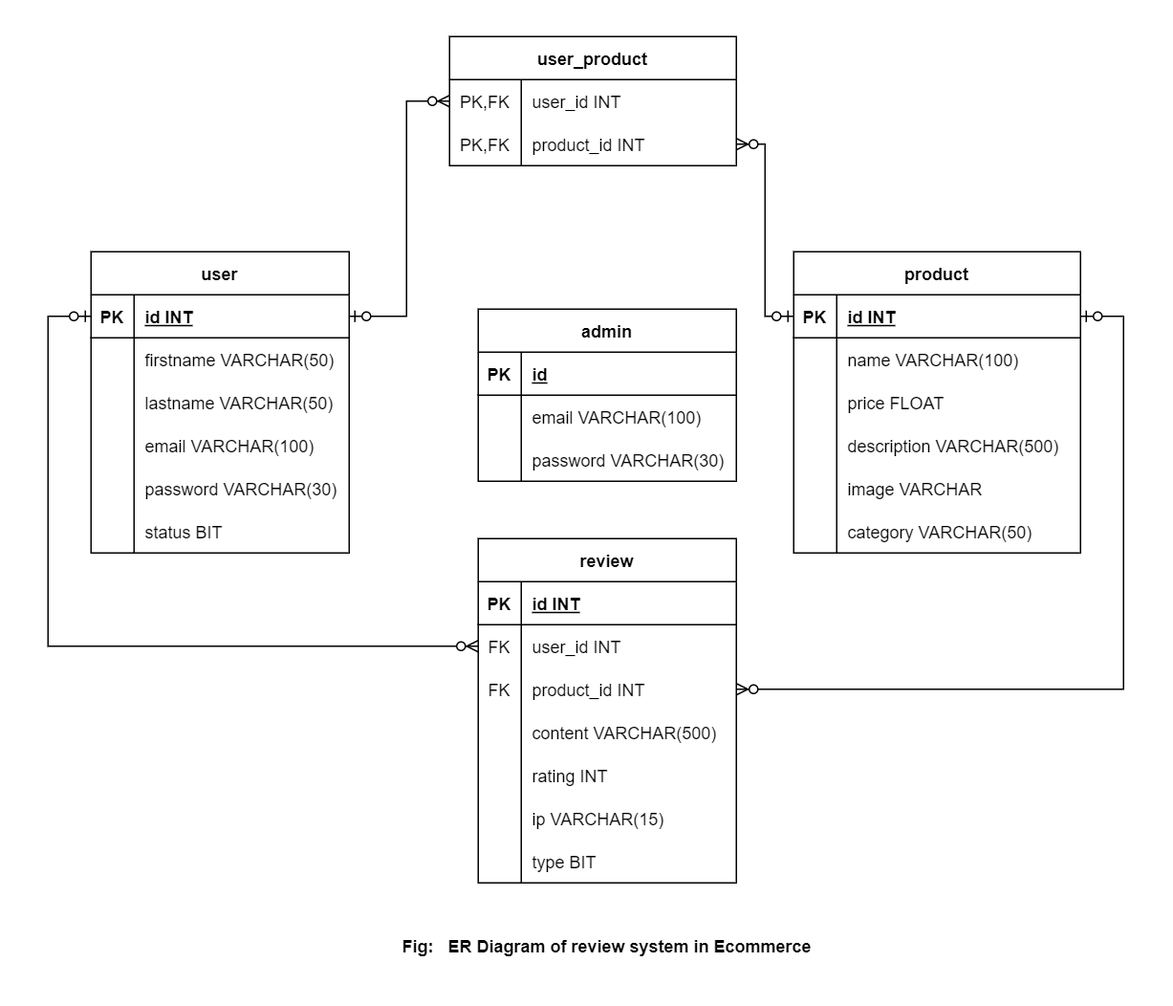
Above: Database_Design.png in nbchand/Fake-Review-Detector (draw.io), before the change. Source tidied: cells renumbered, new cells last; positions are measured from the earlier drawing's top-left corner, leaving out a move shared by most shapes.
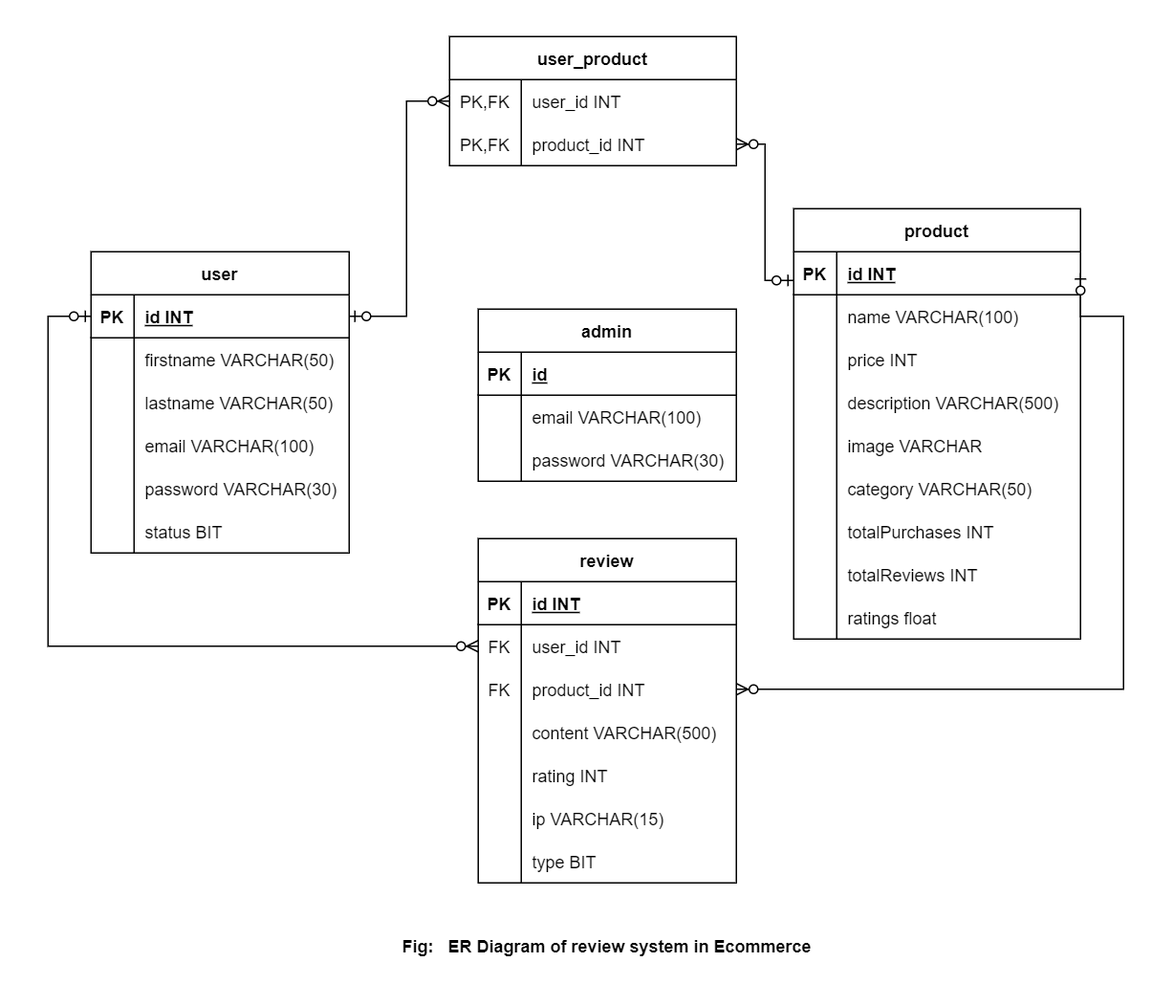
After the commit.

What changed in the source:
```diff
@@ -60,7 +60,7 @@
       <mxGeometry x="30" width="150" height="30" as="geometry" />
     </mxCell>
     <mxCell id="21" value="product" style="shape=table;startSize=30;rowLines=0;fontStyle=1;align=center;" parent="1" vertex="1">
-      <mxGeometry x="520" y="150" width="200" height="210" as="geometry" />
+      <mxGeometry x="520" y="120" width="200" height="300" as="geometry" />
     </mxCell>
     <mxCell id="22" style="shape=partialRectangle;fillColor=none;top=0;left=0;bottom=1;right=0;points=[[0,0.5],[1,0.5]];portConstraint=eastwest;" parent="21" vertex="1">
       <mxGeometry y="30" width="200" height="30" as="geometry" />
@@ -86,7 +86,7 @@
     <mxCell id="29" style="shape=partialRectangle;fillColor=none;top=0;left=0;bottom=0;right=0;overflow=hidden;" parent="28" vertex="1">
       <mxGeometry width="30" height="30" as="geometry" />
     </mxCell>
-    <mxCell id="30" value="price FLOAT" style="shape=partialRectangle;fillColor=none;top=0;left=0;bottom=0;right=0;align=left;spacingLeft=6;overflow=hidden;" parent="28" vertex="1">
+    <mxCell id="30" value="price INT" style="shape=partialRectangle;fillColor=none;top=0;left=0;bottom=0;right=0;align=left;spacingLeft=6;overflow=hidden;" parent="28" vertex="1">
       <mxGeometry x="30" width="170" height="30" as="geometry" />
     </mxCell>
     <mxCell id="31" style="shape=partialRectangle;fillColor=none;top=0;left=0;bottom=0;right=0;" parent="21" vertex="1">
@@ -116,6 +116,33 @@
     <mxCell id="39" value="category VARCHAR(50)" style="shape=partialRectangle;fillColor=none;top=0;left=0;bottom=0;right=0;align=left;spacingLeft=6;fontStyle=0;overflow=hidden;" parent="37" vertex="1">
       <mxGeometry x="30" width="170" height="30" as="geometry" />
     </mxCell>
+    <mxCell id="84" style="shape=partialRectangle;fillColor=none;top=0;left=0;bottom=0;right=0;" parent="21" vertex="1">
+      <mxGeometry y="210" width="200" height="30" as="geometry" />
+    </mxCell>
+    <mxCell id="85" style="shape=partialRectangle;fillColor=none;top=0;left=0;bottom=0;right=0;fontStyle=0;overflow=hidden;" parent="84" vertex="1">
+      <mxGeometry width="30" height="30" as="geometry" />
+    </mxCell>
+    <mxCell id="86" value="totalPurchases INT" style="shape=partialRectangle;fillColor=none;top=0;left=0;bottom=0;right=0;align=left;spacingLeft=6;fontStyle=0;overflow=hidden;" parent="84" vertex="1">
+      <mxGeometry x="30" width="170" height="30" as="geometry" />
+    </mxCell>
+    <mxCell id="87" style="shape=partialRectangle;fillColor=none;top=0;left=0;bottom=0;right=0;" parent="21" vertex="1">
+      <mxGeometry y="240" width="200" height="30" as="geometry" />
+    </mxCell>
+    <mxCell id="88" style="shape=partialRectangle;fillColor=none;top=0;left=0;bottom=0;right=0;fontStyle=0;overflow=hidden;" parent="87" vertex="1">
+      <mxGeometry width="30" height="30" as="geometry" />
+    </mxCell>
+    <mxCell id="89" value="totalReviews INT" style="shape=partialRectangle;fillColor=none;top=0;left=0;bottom=0;right=0;align=left;spacingLeft=6;fontStyle=0;overflow=hidden;" parent="87" vertex="1">
+      <mxGeometry x="30" width="170" height="30" as="geometry" />
+    </mxCell>
+    <mxCell id="90" style="shape=partialRectangle;fillColor=none;top=0;left=0;bottom=0;right=0;" parent="21" vertex="1">
+      <mxGeometry y="270" width="200" height="30" as="geometry" />
+    </mxCell>
+    <mxCell id="91" style="shape=partialRectangle;fillColor=none;top=0;left=0;bottom=0;right=0;fontStyle=0;overflow=hidden;" parent="90" vertex="1">
+      <mxGeometry width="30" height="30" as="geometry" />
+    </mxCell>
+    <mxCell id="92" value="ratings float" style="shape=partialRectangle;fillColor=none;top=0;left=0;bottom=0;right=0;align=left;spacingLeft=6;fontStyle=0;overflow=hidden;" parent="90" vertex="1">
+      <mxGeometry x="30" width="170" height="30" as="geometry" />
+    </mxCell>
     <mxCell id="40" value="review" style="shape=table;startSize=30;rowLines=0;fontStyle=1;align=center;" parent="1" vertex="1">
       <mxGeometry x="300" y="350" width="180" height="240" as="geometry" />
     </mxCell>
@@ -260,10 +287,10 @@
         </Array>
       </mxGeometry>
     </mxCell>
-    <mxCell id="83" style="edgeStyle=orthogonalEdgeStyle;fontSize=12;html=1;endArrow=ERzeroToMany;startArrow=ERzeroToOne;rounded=0;labelBackgroundColor=default;fontFamily=Helvetica;fontColor=default;strokeColor=default;shape=connector;entryX=1;entryY=0.5;entryDx=0;entryDy=0;exitX=0;exitY=0.5;exitDx=0;exitDy=0;" parent="1" edge="1" source="22" target="76">
+    <mxCell id="83" style="edgeStyle=orthogonalEdgeStyle;fontSize=12;html=1;endArrow=ERzeroToMany;startArrow=ERzeroToOne;rounded=0;labelBackgroundColor=default;fontFamily=Helvetica;fontColor=default;strokeColor=default;shape=connector;" parent="1" edge="1" source="22" target="76">
       <mxGeometry relative="1" as="geometry">
         <Array as="points">
-          <mxPoint x="500" y="195" />
+          <mxPoint x="500" y="170" />
           <mxPoint x="500" y="75" />
         </Array>
       </mxGeometry>
```
